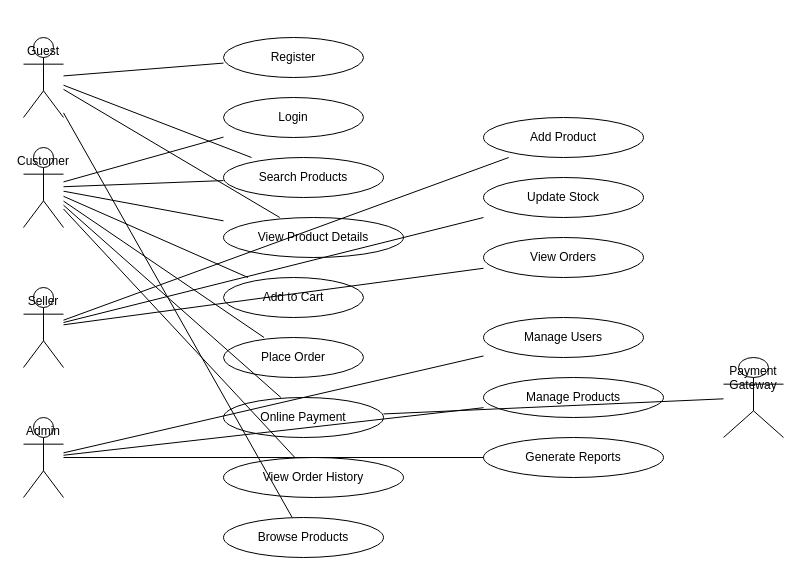
This is digikala-usecase.drawio from mahdiJD/software-engineer-project, a draw.io file, before an edit. Source tidied: cells renumbered, new cells numbered last; positions are measured from the earlier drawing's top-left corner, leaving out a move shared by most shapes. Both pictures are drawn from the tidied source at 100%, with x=0, y=0 at pixel (23, 37).
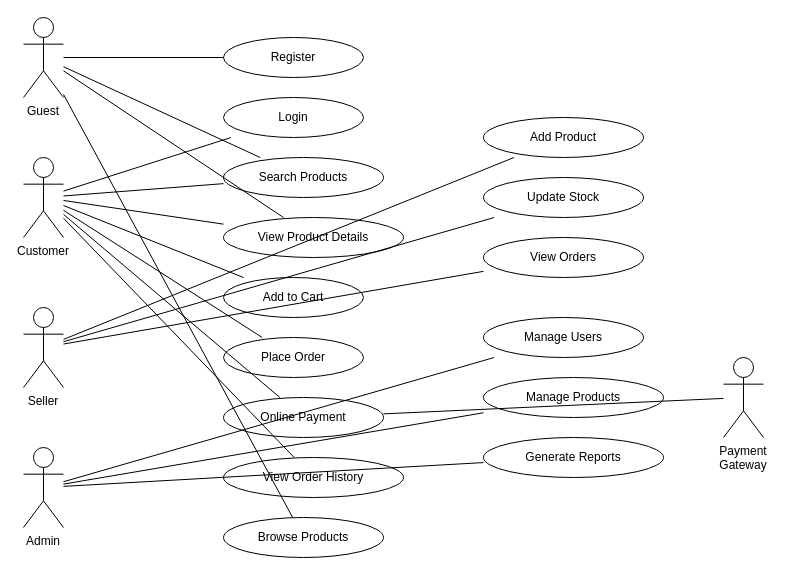
After the change.

Change to the diagram source:
```diff
@@
-    <mxCell id="2" value="Customer" style="shape=umlActor;verticalAlign=top;align=center;" parent="1" vertex="1">
-      <mxGeometry y="110" width="40" height="80" as="geometry" />
+    <mxCell id="2" value="Customer" style="shape=umlActor;verticalAlign=top;align=center;labelPosition=center;verticalLabelPosition=bottom;" parent="1" vertex="1">
+      <mxGeometry y="120" width="40" height="80" as="geometry" />
     </mxCell>
-    <mxCell id="3" value="Guest" style="shape=umlActor;verticalAlign=top;align=center;" parent="1" vertex="1">
-      <mxGeometry width="40" height="80" as="geometry" />
+    <mxCell id="3" value="Guest" style="shape=umlActor;verticalAlign=top;align=center;labelPosition=center;verticalLabelPosition=bottom;" parent="1" vertex="1">
+      <mxGeometry y="-20" width="40" height="80" as="geometry" />
     </mxCell>
-    <mxCell id="4" value="Seller" style="shape=umlActor;verticalAlign=top;align=center;" parent="1" vertex="1">
-      <mxGeometry y="250" width="40" height="80" as="geometry" />
+    <mxCell id="4" value="Seller" style="shape=umlActor;verticalAlign=top;align=center;labelPosition=center;verticalLabelPosition=bottom;" parent="1" vertex="1">
+      <mxGeometry y="270" width="40" height="80" as="geometry" />
     </mxCell>
-    <mxCell id="5" value="Admin" style="shape=umlActor;verticalAlign=top;align=center;" parent="1" vertex="1">
-      <mxGeometry y="380" width="40" height="80" as="geometry" />
+    <mxCell id="5" value="Admin" style="shape=umlActor;verticalAlign=top;align=center;labelPosition=center;verticalLabelPosition=bottom;" parent="1" vertex="1">
+      <mxGeometry y="410" width="40" height="80" as="geometry" />
     </mxCell>
-    <mxCell id="6" value="Payment&#10;Gateway" style="shape=umlActor;verticalAlign=top;align=center;" parent="1" vertex="1">
-      <mxGeometry x="700" y="320" width="60" height="80" as="geometry" />
+    <mxCell id="6" value="Payment&#10;Gateway" style="shape=umlActor;verticalAlign=top;align=center;labelPosition=center;verticalLabelPosition=bottom;" parent="1" vertex="1">
+      <mxGeometry x="700" y="320" width="40" height="80" as="geometry" />
     </mxCell>
```
